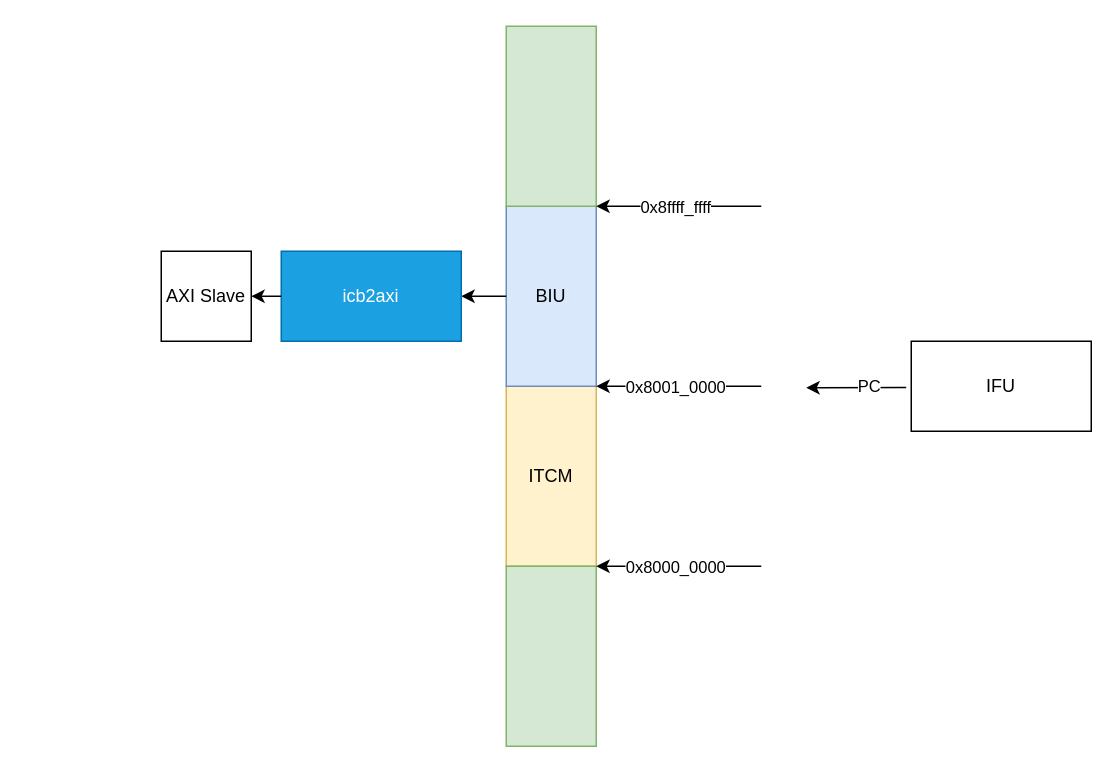
Above: page "第 6 页" (6 of 6) of 五级流水.drawio in ZPNMiaoHeng/drawioFolder (draw.io), before the change. Source tidied: cells renumbered, new cells numbered last; positions are measured from the earlier drawing's top-left corner, leaving out a move shared by most shapes. Both pictures are drawn from the tidied source at 150%, with x=0, y=0 at pixel (160, 26).
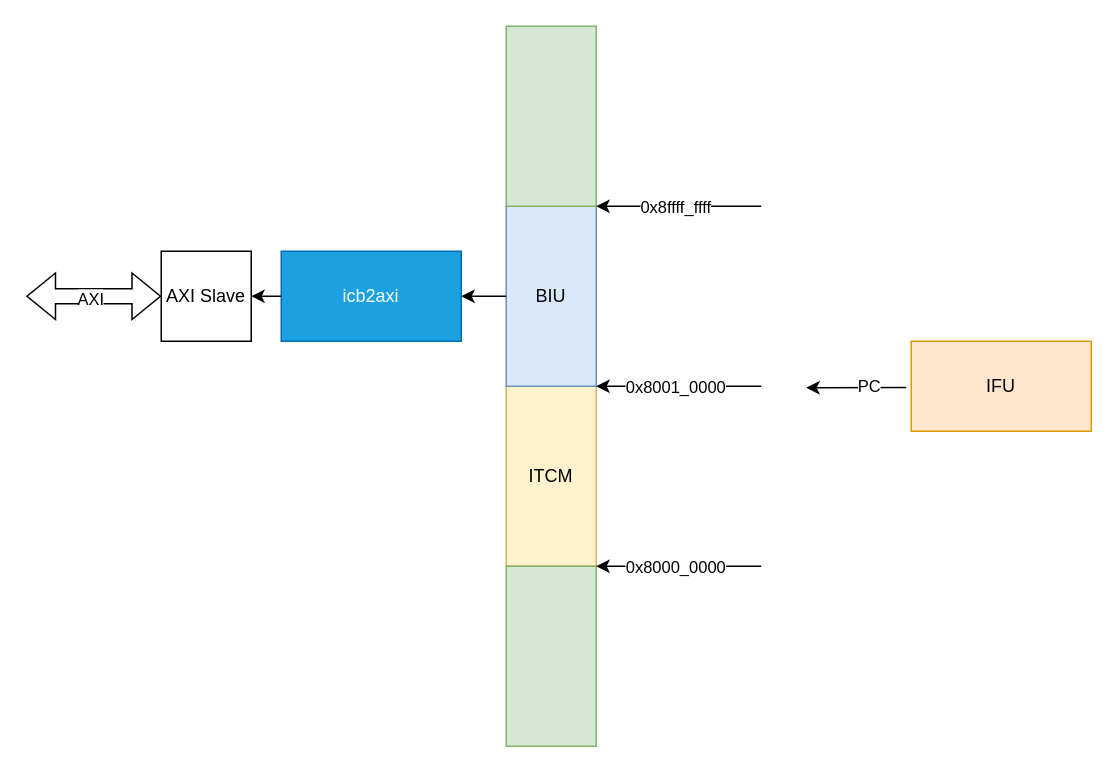
After the change.

Commit message:
更新五级流水.drawio

The change refers to these unchanged cells:
```xml
<mxCell id="18" value="AXI Slave" style="rounded=0;whiteSpace=wrap;html=1;" parent="1" vertex="1">
  <mxGeometry y="150" width="60" height="60" as="geometry" />
</mxCell>
```

What changed in the source:
```diff
@@
-    <mxCell id="10" value="IFU" style="rounded=0;whiteSpace=wrap;html=1;" parent="1" vertex="1">
+    <mxCell id="10" value="IFU" style="rounded=0;whiteSpace=wrap;html=1;fillColor=#ffe6cc;strokeColor=#d79b00;" parent="1" vertex="1">
       <mxGeometry x="500" y="210" width="120" height="60" as="geometry" />
     </mxCell>
@@
+    <mxCell id="19" style="shape=flexArrow;endArrow=classic;startArrow=classic;html=1;rounded=0;entryX=0;entryY=0.5;entryDx=0;entryDy=0;" parent="1" edge="1" target="18">
+      <mxGeometry relative="1" as="geometry">
+        <mxPoint x="-90" y="180" as="sourcePoint" />
+      </mxGeometry>
+    </mxCell>
+    <mxCell id="20" value="AXI" style="edgeLabel;html=1;align=center;verticalAlign=middle;" parent="19" vertex="1">
+      <mxGeometry x="-0.07" y="-1" relative="1" as="geometry" />
+    </mxCell>
```
